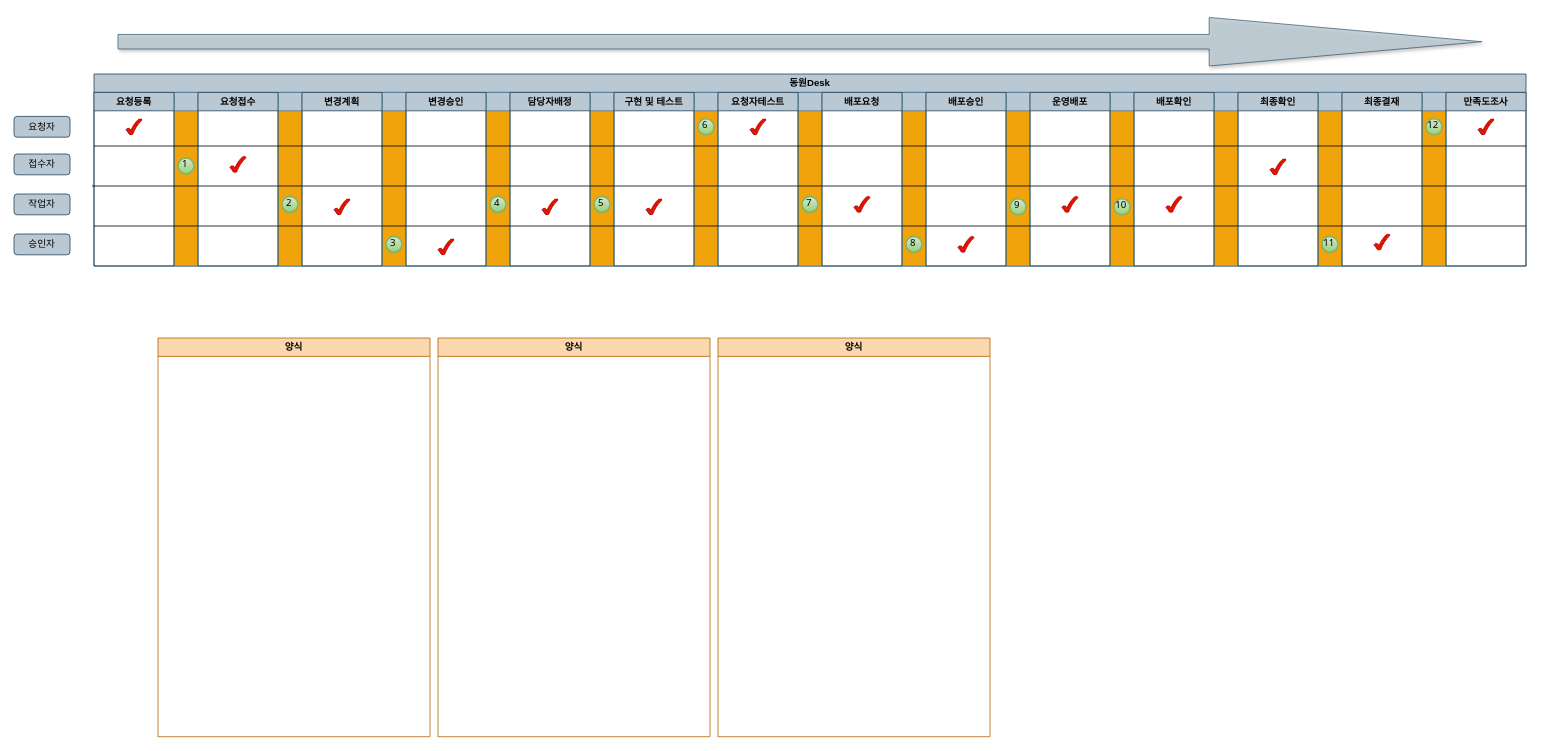
Before: page "CR" (3 of 3) of 동원Desk알림프로세스.drawio in eoaud0012/Diagram, a draw.io diagram. Source tidied: cells renumbered, new cells numbered last; positions are measured from the earlier drawing's top-left corner, leaving out a move shared by most shapes. Both pictures are drawn from the tidied source at 80%, with x=0, y=0 at pixel (14, 17).
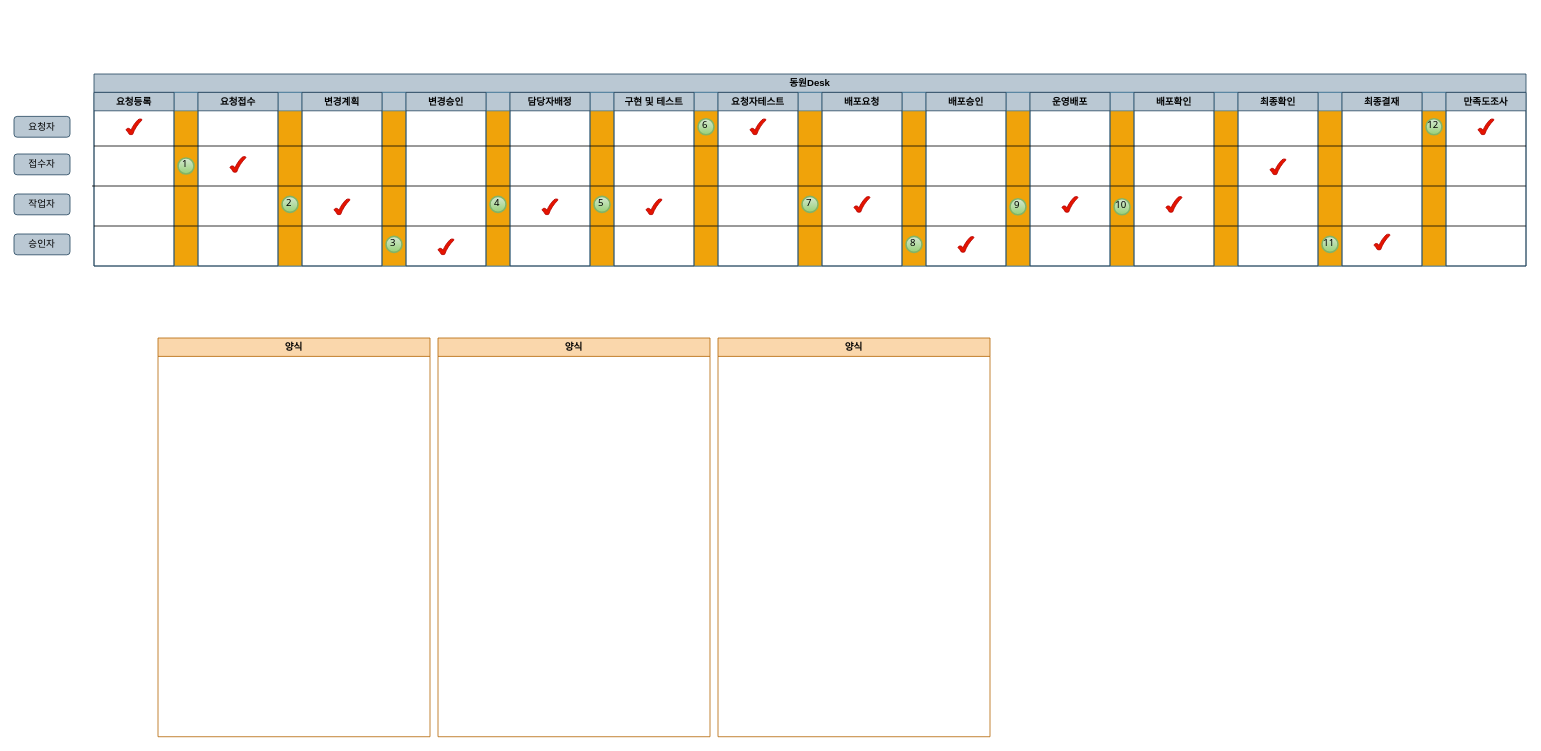
The same page after the edit.

Diff of the diagram source:
```diff
@@
-    <mxCell id="2" style="shape=singleArrow;direction=west;whiteSpace=wrap;html=1;rotation=-180;fillColor=#bac8d3;opacity=80;strokeWidth=1;shadow=1;fontFamily=나눔고딕;rounded=0;labelBackgroundColor=none;strokeColor=#23445d;" parent="1" vertex="1">
-      <mxGeometry x="130" y="0.3" width="1705" height="60.7" as="geometry" />
-    </mxCell>
```
